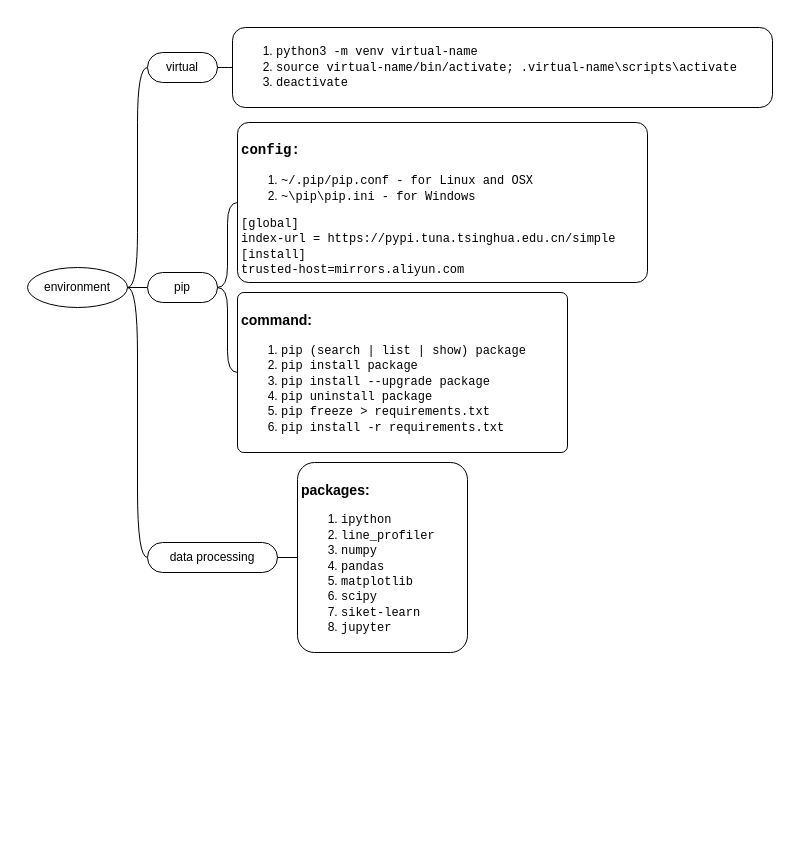
yangdj/tf_docs keeps this draw.io diagram as python/python.drawio. Above is the earlier version. Source tidied: cells renumbered, new cells numbered last; positions are measured from the earlier drawing's top-left corner, leaving out a move shared by most shapes. Both pictures are drawn from the tidied source at 100%, with x=0, y=0 at pixel (17, 17).
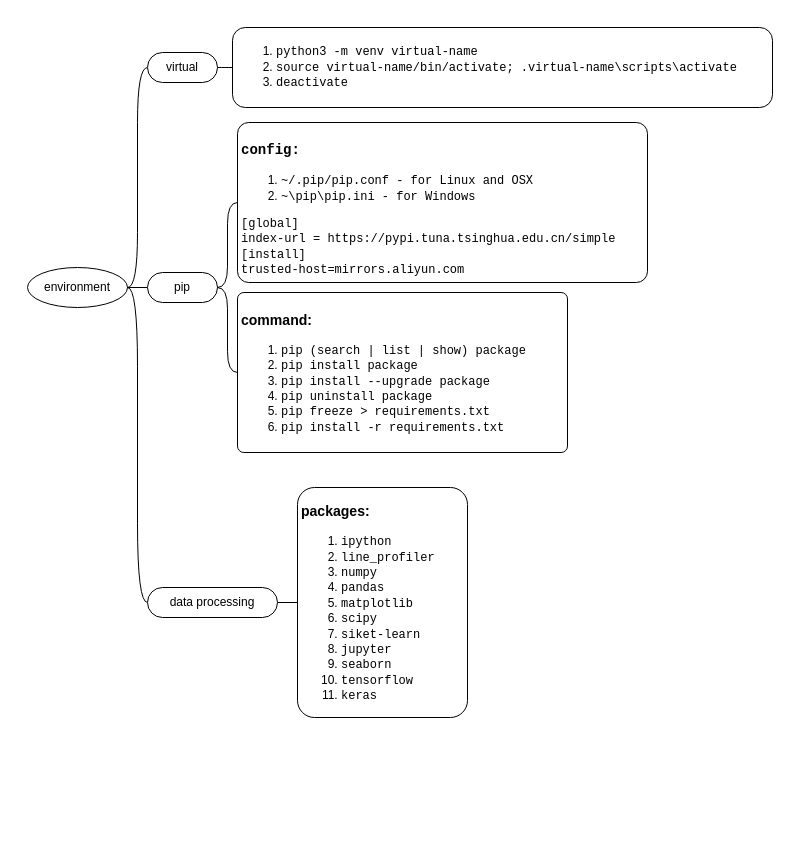
Above is the later version.

The edit, as a diff of the source:
```diff
@@
 <mxGraphModel>
   <root>
     <mxCell id="0" />
     <mxCell id="1" parent="0" />
     <mxCell id="2" style="swimlane;html=1;startSize=20;horizontal=1;containerType=tree;fillColor=none;strokeColor=none;" parent="1" vertex="1">
       <mxGeometry width="770" height="810" as="geometry" />
     </mxCell>
     <mxCell id="3" style="edgeStyle=entityRelationEdgeStyle;startArrow=none;endArrow=none;segment=10;curved=1;" parent="2" edge="1" source="4" target="5">
       <mxGeometry relative="1" as="geometry" />
     </mxCell>
     <mxCell id="4" value="environment" style="ellipse;whiteSpace=wrap;html=1;align=center;newEdgeStyle={&quot;edgeStyle&quot;:&quot;entityRelationEdgeStyle&quot;,&quot;startArrow&quot;:&quot;none&quot;,&quot;endArrow&quot;:&quot;none&quot;,&quot;segment&quot;:10,&quot;curved&quot;:1};" parent="2" vertex="1">
       <mxGeometry x="10" y="250" width="100" height="40" as="geometry" />
     </mxCell>
     <mxCell id="5" value="pip" style="whiteSpace=wrap;html=1;rounded=1;arcSize=50;align=center;verticalAlign=middle;strokeWidth=1;spacing=4;newEdgeStyle={&quot;edgeStyle&quot;:&quot;entityRelationEdgeStyle&quot;,&quot;startArrow&quot;:&quot;none&quot;,&quot;endArrow&quot;:&quot;none&quot;,&quot;segment&quot;:10,&quot;curved&quot;:1};" parent="2" vertex="1">
       <mxGeometry x="130" y="255" width="70" height="30" as="geometry" />
     </mxCell>
     <mxCell id="6" style="edgeStyle=entityRelationEdgeStyle;startArrow=none;endArrow=none;segment=10;curved=1;" parent="2" edge="1" source="5" target="7">
       <mxGeometry relative="1" as="geometry" />
     </mxCell>
     <mxCell id="7" value="&lt;h3&gt;&lt;font face=&quot;Courier New&quot;&gt;config:&lt;/font&gt;&lt;/h3&gt;&lt;div&gt;&lt;ol&gt;&lt;li&gt;&lt;font face=&quot;Courier New&quot;&gt;~/.pip/pip.conf - for Linux and OSX&lt;/font&gt;&lt;/li&gt;&lt;li&gt;&lt;font face=&quot;Courier New&quot;&gt;~\pip\pip.ini - for Windows&lt;/font&gt;&lt;/li&gt;&lt;/ol&gt;&lt;/div&gt;&lt;span style=&quot;font-family: &amp;quot;courier new&amp;quot;&quot;&gt;[global]&lt;/span&gt;&lt;br&gt;&lt;blockquote style=&quot;margin: 0 0 0 40px ; border: none ; padding: 0px&quot;&gt;&lt;/blockquote&gt;&lt;span style=&quot;font-family: &amp;quot;courier new&amp;quot;&quot;&gt;index-url = https://pypi.tuna.tsinghua.edu.cn/simple&lt;/span&gt;&lt;br&gt;&lt;blockquote style=&quot;margin: 0 0 0 40px ; border: none ; padding: 0px&quot;&gt;&lt;/blockquote&gt;&lt;span style=&quot;font-family: &amp;quot;courier new&amp;quot;&quot;&gt;[install]&lt;/span&gt;&lt;br&gt;&lt;font face=&quot;Courier New&quot;&gt;trusted-host=mirrors.aliyun.com&lt;/font&gt;" style="whiteSpace=wrap;html=1;rounded=1;arcSize=7;align=left;verticalAlign=middle;strokeWidth=1;spacing=4;newEdgeStyle={&quot;edgeStyle&quot;:&quot;entityRelationEdgeStyle&quot;,&quot;startArrow&quot;:&quot;none&quot;,&quot;endArrow&quot;:&quot;none&quot;,&quot;segment&quot;:10,&quot;curved&quot;:1};labelBackgroundColor=none;" parent="2" vertex="1">
       <mxGeometry x="220" y="105" width="410" height="160" as="geometry" />
     </mxCell>
     <mxCell id="8" style="edgeStyle=entityRelationEdgeStyle;startArrow=none;endArrow=none;segment=10;curved=1;" parent="2" edge="1" source="4" target="9">
       <mxGeometry relative="1" as="geometry" />
     </mxCell>
     <mxCell id="9" value="virtual" style="whiteSpace=wrap;html=1;rounded=1;arcSize=50;align=center;verticalAlign=middle;strokeWidth=1;spacing=4;newEdgeStyle={&quot;edgeStyle&quot;:&quot;entityRelationEdgeStyle&quot;,&quot;startArrow&quot;:&quot;none&quot;,&quot;endArrow&quot;:&quot;none&quot;,&quot;segment&quot;:10,&quot;curved&quot;:1};" parent="2" vertex="1">
       <mxGeometry x="130" y="35" width="70" height="30" as="geometry" />
     </mxCell>
     <mxCell id="10" style="edgeStyle=entityRelationEdgeStyle;startArrow=none;endArrow=none;segment=10;curved=1;" parent="2" edge="1" source="9" target="11">
       <mxGeometry relative="1" as="geometry" />
     </mxCell>
     <mxCell id="11" value="&lt;ol&gt;&lt;li&gt;&lt;font face=&quot;Courier New&quot;&gt;python3 -m venv virtual-name&lt;/font&gt;&lt;/li&gt;&lt;li&gt;&lt;font face=&quot;Courier New&quot;&gt;source virtual-name/bin/activate;&amp;nbsp;.virtual-name\scripts\activate&lt;/font&gt;&lt;/li&gt;&lt;li&gt;&lt;font face=&quot;Courier New&quot;&gt;deactivate&lt;/font&gt;&lt;/li&gt;&lt;/ol&gt;" style="whiteSpace=wrap;html=1;rounded=1;arcSize=16;align=left;verticalAlign=middle;strokeWidth=1;spacing=4;newEdgeStyle={&quot;edgeStyle&quot;:&quot;entityRelationEdgeStyle&quot;,&quot;startArrow&quot;:&quot;none&quot;,&quot;endArrow&quot;:&quot;none&quot;,&quot;segment&quot;:10,&quot;curved&quot;:1};" parent="2" vertex="1">
       <mxGeometry x="215" y="10" width="540" height="80" as="geometry" />
     </mxCell>
     <mxCell id="12" style="edgeStyle=entityRelationEdgeStyle;startArrow=none;endArrow=none;segment=10;curved=1;" parent="2" edge="1" source="5" target="13">
       <mxGeometry relative="1" as="geometry" />
     </mxCell>
     <mxCell id="13" value="&lt;h3&gt;command:&lt;/h3&gt;&lt;ol&gt;&lt;li&gt;&lt;font face=&quot;Courier New&quot;&gt;pip (search | list | show) package&lt;/font&gt;&lt;/li&gt;&lt;li&gt;&lt;font face=&quot;Courier New&quot;&gt;pip install package&lt;/font&gt;&lt;/li&gt;&lt;li&gt;&lt;font face=&quot;Courier New&quot;&gt;pip install --upgrade package&lt;/font&gt;&lt;/li&gt;&lt;li&gt;&lt;font face=&quot;Courier New&quot;&gt;pip uninstall package&lt;/font&gt;&lt;/li&gt;&lt;li&gt;&lt;font face=&quot;Courier New&quot;&gt;pip freeze &amp;gt; requirements.txt&lt;/font&gt;&lt;/li&gt;&lt;li&gt;&lt;font face=&quot;Courier New&quot;&gt;pip install -r requirements.txt&lt;/font&gt;&lt;/li&gt;&lt;/ol&gt;" style="whiteSpace=wrap;html=1;rounded=1;arcSize=4;align=left;verticalAlign=middle;strokeWidth=1;spacing=4;newEdgeStyle={&quot;edgeStyle&quot;:&quot;entityRelationEdgeStyle&quot;,&quot;startArrow&quot;:&quot;none&quot;,&quot;endArrow&quot;:&quot;none&quot;,&quot;segment&quot;:10,&quot;curved&quot;:1};" parent="2" vertex="1">
       <mxGeometry x="220" y="275" width="330" height="160" as="geometry" />
     </mxCell>
     <mxCell id="14" style="edgeStyle=entityRelationEdgeStyle;startArrow=none;endArrow=none;segment=10;curved=1;" parent="2" edge="1" source="4" target="15">
       <mxGeometry relative="1" as="geometry" />
     </mxCell>
     <mxCell id="15" value="data processing" style="whiteSpace=wrap;html=1;rounded=1;arcSize=50;align=center;verticalAlign=middle;strokeWidth=1;spacing=4;newEdgeStyle={&quot;edgeStyle&quot;:&quot;entityRelationEdgeStyle&quot;,&quot;startArrow&quot;:&quot;none&quot;,&quot;endArrow&quot;:&quot;none&quot;,&quot;segment&quot;:10,&quot;curved&quot;:1};" parent="2" vertex="1">
-      <mxGeometry x="130" y="525" width="130" height="30" as="geometry" />
+      <mxGeometry x="130" y="570" width="130" height="30" as="geometry" />
     </mxCell>
     <mxCell id="16" style="edgeStyle=entityRelationEdgeStyle;startArrow=none;endArrow=none;segment=10;curved=1;" parent="2" edge="1" source="15" target="17">
       <mxGeometry relative="1" as="geometry" />
     </mxCell>
-    <mxCell id="17" value="&lt;h3&gt;packages:&lt;/h3&gt;&lt;div&gt;&lt;ol&gt;&lt;li&gt;&lt;font face=&quot;Courier New&quot;&gt;ipython&lt;/font&gt;&lt;/li&gt;&lt;li&gt;&lt;font face=&quot;Courier New&quot;&gt;line_profiler&lt;/font&gt;&lt;/li&gt;&lt;li&gt;&lt;font face=&quot;Courier New&quot;&gt;numpy&lt;/font&gt;&lt;/li&gt;&lt;li&gt;&lt;font face=&quot;Courier New&quot;&gt;pandas&lt;/font&gt;&lt;/li&gt;&lt;li&gt;&lt;font face=&quot;Courier New&quot;&gt;matplotlib&lt;/font&gt;&lt;/li&gt;&lt;li&gt;&lt;font face=&quot;Courier New&quot;&gt;scipy&lt;/font&gt;&lt;/li&gt;&lt;li&gt;&lt;font face=&quot;Courier New&quot;&gt;siket-learn&lt;/font&gt;&lt;/li&gt;&lt;li&gt;&lt;font face=&quot;Courier New&quot;&gt;jupyter&lt;/font&gt;&lt;/li&gt;&lt;/ol&gt;&lt;/div&gt;" style="whiteSpace=wrap;html=1;rounded=1;arcSize=10;align=left;verticalAlign=middle;strokeWidth=1;spacing=4;newEdgeStyle={&quot;edgeStyle&quot;:&quot;entityRelationEdgeStyle&quot;,&quot;startArrow&quot;:&quot;none&quot;,&quot;endArrow&quot;:&quot;none&quot;,&quot;segment&quot;:10,&quot;curved&quot;:1};" parent="2" vertex="1">
-      <mxGeometry x="280" y="445" width="170" height="190" as="geometry" />
+    <mxCell id="17" value="&lt;h3&gt;packages:&lt;/h3&gt;&lt;div&gt;&lt;ol&gt;&lt;li&gt;&lt;font face=&quot;Courier New&quot;&gt;ipython&lt;/font&gt;&lt;/li&gt;&lt;li&gt;&lt;font face=&quot;Courier New&quot;&gt;line_profiler&lt;/font&gt;&lt;/li&gt;&lt;li&gt;&lt;font face=&quot;Courier New&quot;&gt;numpy&lt;/font&gt;&lt;/li&gt;&lt;li&gt;&lt;font face=&quot;Courier New&quot;&gt;pandas&lt;/font&gt;&lt;/li&gt;&lt;li&gt;&lt;font face=&quot;Courier New&quot;&gt;matplotlib&lt;/font&gt;&lt;/li&gt;&lt;li&gt;&lt;font face=&quot;Courier New&quot;&gt;scipy&lt;/font&gt;&lt;/li&gt;&lt;li&gt;&lt;font face=&quot;Courier New&quot;&gt;siket-learn&lt;/font&gt;&lt;/li&gt;&lt;li&gt;&lt;font face=&quot;Courier New&quot;&gt;jupyter&lt;/font&gt;&lt;/li&gt;&lt;li&gt;&lt;font face=&quot;Courier New&quot;&gt;seaborn&lt;/font&gt;&lt;/li&gt;&lt;li&gt;&lt;font face=&quot;Courier New&quot;&gt;tensorflow&lt;/font&gt;&lt;/li&gt;&lt;li&gt;&lt;font face=&quot;Courier New&quot;&gt;keras&lt;/font&gt;&lt;/li&gt;&lt;/ol&gt;&lt;/div&gt;" style="whiteSpace=wrap;html=1;rounded=1;arcSize=10;align=left;verticalAlign=middle;strokeWidth=1;spacing=4;newEdgeStyle={&quot;edgeStyle&quot;:&quot;entityRelationEdgeStyle&quot;,&quot;startArrow&quot;:&quot;none&quot;,&quot;endArrow&quot;:&quot;none&quot;,&quot;segment&quot;:10,&quot;curved&quot;:1};" parent="2" vertex="1">
+      <mxGeometry x="280" y="470" width="170" height="230" as="geometry" />
     </mxCell>
   </root>
 </mxGraphModel>
```
